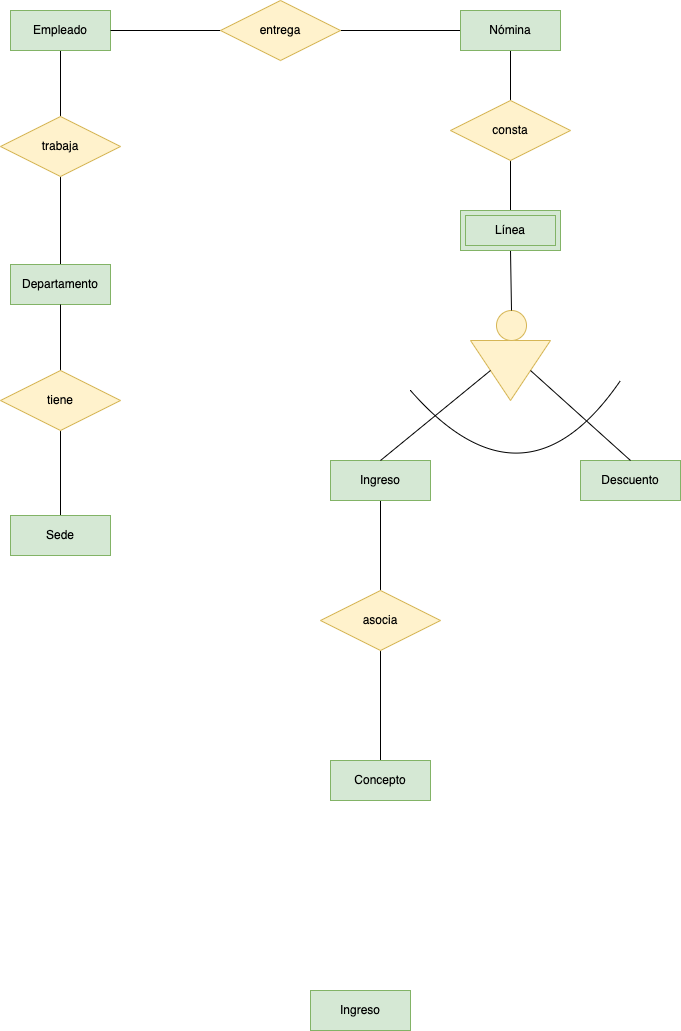
The draw.io diagram ER/repaso/repaso9/img/nomina-modelo.drawio.png in MoisesALH/base-datos, before a commit. Source tidied: cells renumbered, new cells last; positions are measured from the earlier drawing's top-left corner, leaving out a move shared by most shapes.
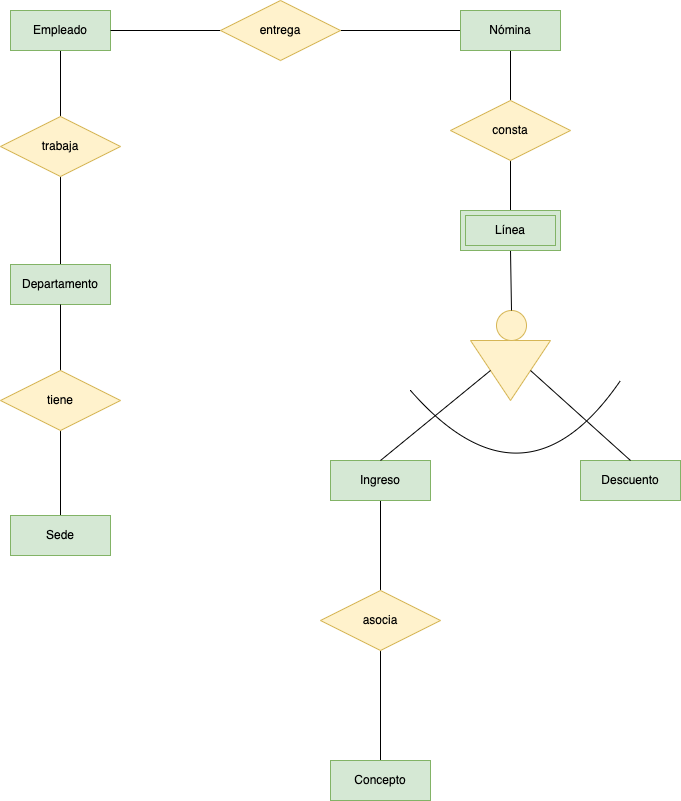
The same diagram one commit later.

Diff of the diagram source:
```diff
@@ -38,9 +38,6 @@
     <mxCell id="13" value="consta" style="shape=rhombus;perimeter=rhombusPerimeter;whiteSpace=wrap;html=1;align=center;fillColor=#fff2cc;strokeColor=#d6b656;" parent="1" vertex="1">
       <mxGeometry x="450" y="100" width="120" height="60" as="geometry" />
     </mxCell>
-    <mxCell id="14" value="Ingreso" style="whiteSpace=wrap;html=1;align=center;fillColor=#d5e8d4;strokeColor=#82b366;" parent="1" vertex="1">
-      <mxGeometry x="310" y="990" width="100" height="40" as="geometry" />
-    </mxCell>
     <mxCell id="15" style="edgeStyle=orthogonalEdgeStyle;rounded=0;jettySize=auto;html=1;endArrow=none;endFill=0;" parent="1" edge="1" source="17" target="18">
       <mxGeometry relative="1" as="geometry" />
     </mxCell>
```
